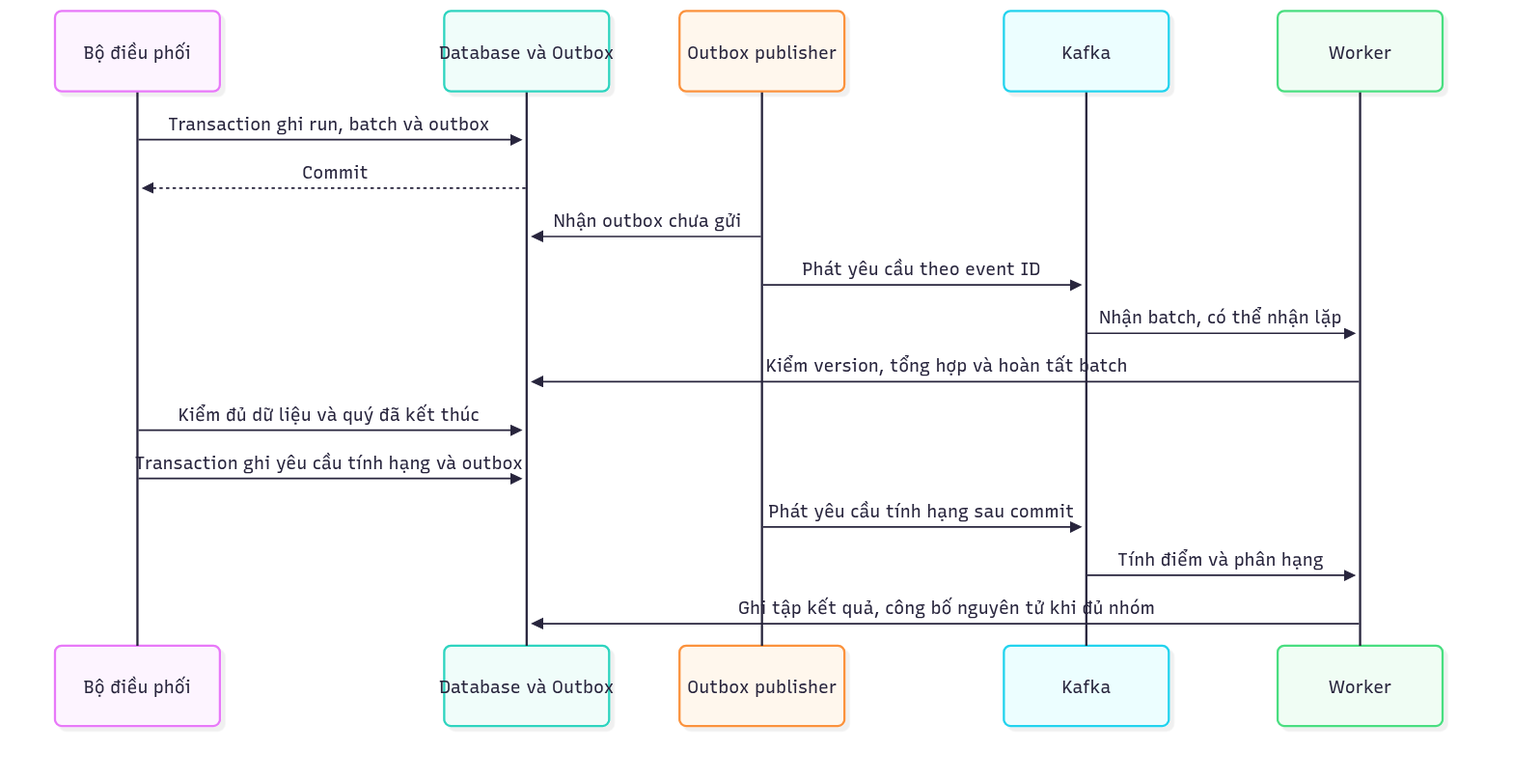
Above: cobroker/diagrams/cobroker-07.png in huynv-xyz/vhm-tdd (Mermaid), before the change. Its source is kept beside it as cobroker/diagrams/cobroker-07.mmd.
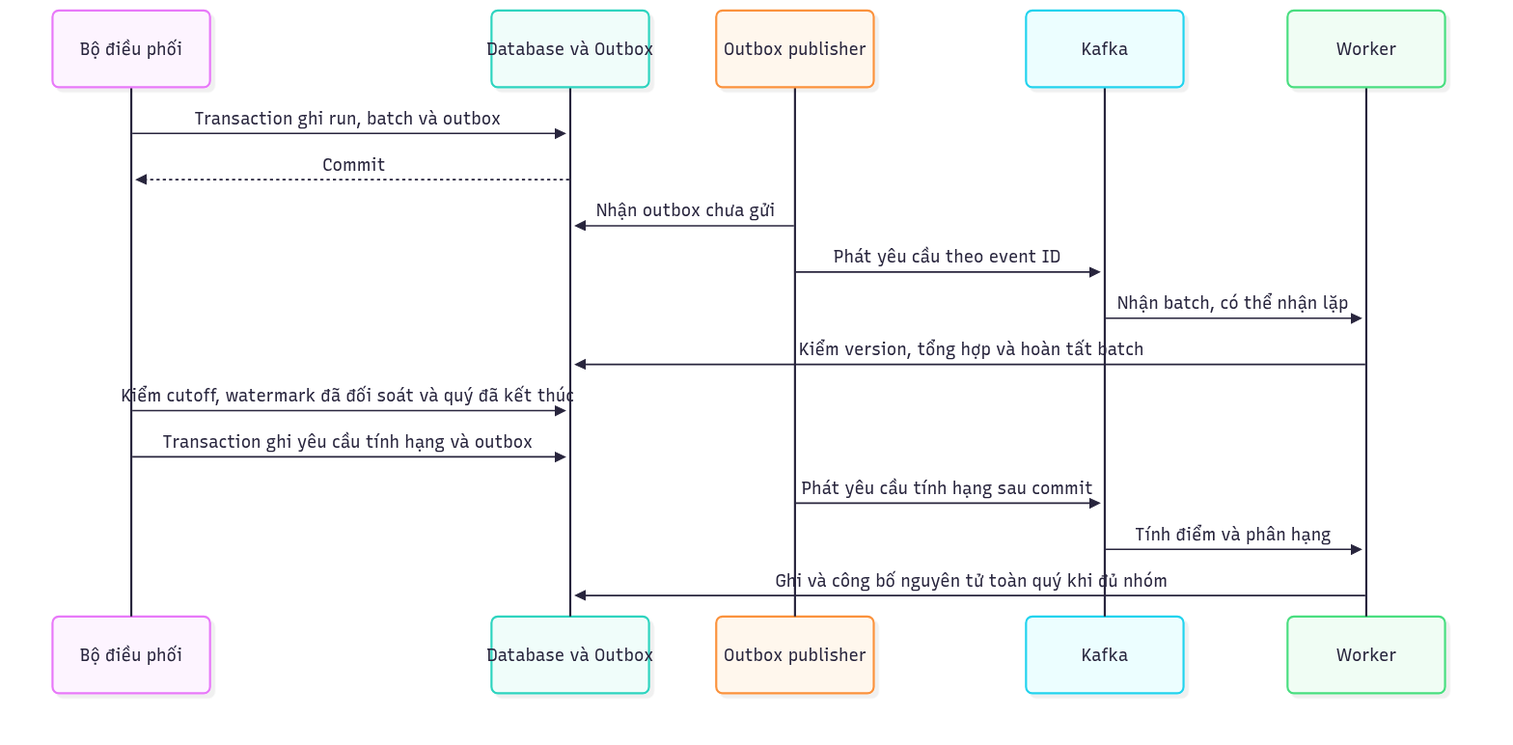
Above is the later version.

Commit message:
docs: close Cobroker architecture gaps in TTD v0.8

The edit, as a diff of the source:
```diff
@@ -10,8 +10,8 @@
     P->>K: Phát yêu cầu theo event ID
     K->>W: Nhận batch, có thể nhận lặp
     W->>D: Kiểm version, tổng hợp và hoàn tất batch
-    J->>D: Kiểm đủ dữ liệu và quý đã kết thúc
+    J->>D: Kiểm cutoff, watermark đã đối soát và quý đã kết thúc
     J->>D: Transaction ghi yêu cầu tính hạng và outbox
     P->>K: Phát yêu cầu tính hạng sau commit
     K->>W: Tính điểm và phân hạng
-    W->>D: Ghi tập kết quả, công bố nguyên tử khi đủ nhóm
+    W->>D: Ghi và công bố nguyên tử toàn quý khi đủ nhóm
```
